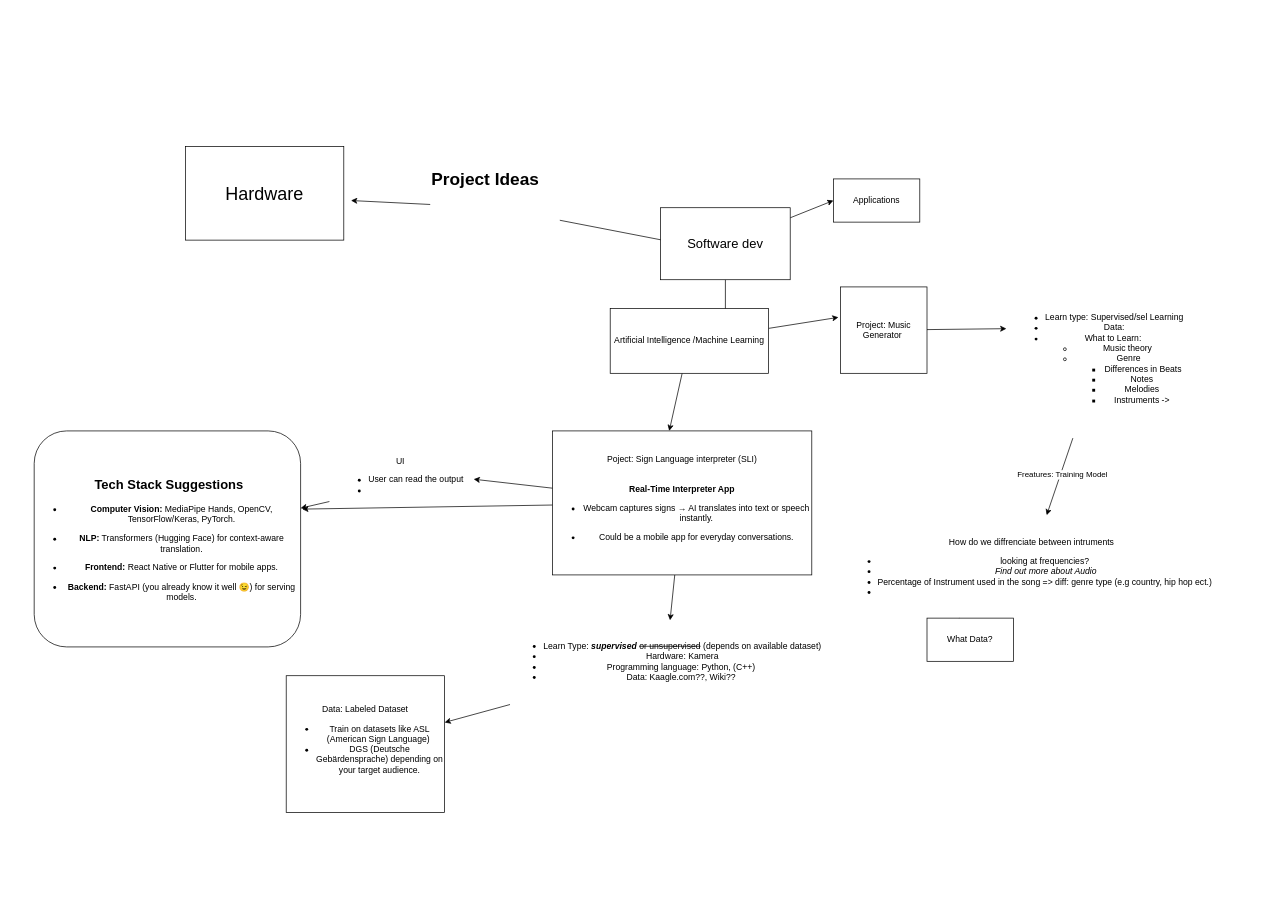
Above: documentation/mindmap.drawio in SandrAdora/SLI (draw.io), before the change. Source tidied: cells renumbered, new cells numbered last; positions are measured from the earlier drawing's top-left corner, leaving out a move shared by most shapes. Both pictures are drawn from the tidied source at 72%, with x=0, y=0 at pixel (34, 146).
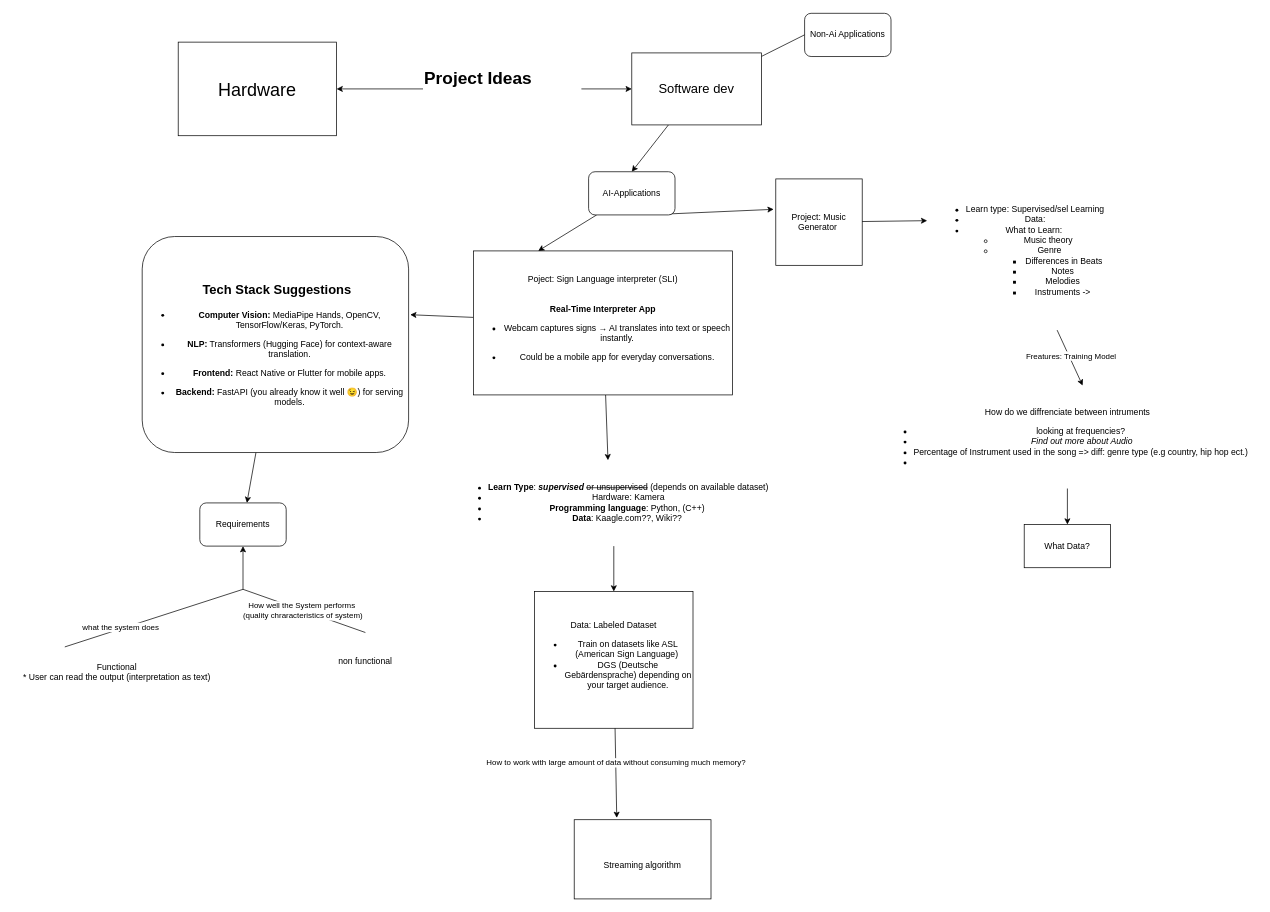
Above is the later version.

Commit message:
added requirement & how to deal with large datasets

The edit, as a diff of the source:
```diff
@@
     <mxCell id="2" value="&lt;font style=&quot;font-size: 25px;&quot;&gt;Hardware&lt;/font&gt;" style="whiteSpace=wrap;html=1;" parent="1" vertex="1">
-      <mxGeometry x="210" width="220" height="130" as="geometry" />
+      <mxGeometry x="200" y="-145" width="220" height="130" as="geometry" />
     </mxCell>
-    <mxCell id="3" style="edgeStyle=none;html=1;" parent="1" edge="1" source="5">
-      <mxGeometry relative="1" as="geometry">
-        <mxPoint x="950" y="145" as="targetPoint" />
-      </mxGeometry>
+    <mxCell id="3" style="edgeStyle=none;html=1;entryX=0;entryY=0.5;entryDx=0;entryDy=0;" parent="1" edge="1" source="5" target="8">
+      <mxGeometry relative="1" as="geometry" />
     </mxCell>
-    <mxCell id="4" style="edgeStyle=none;html=1;entryX=1;entryY=0.5;entryDx=0;entryDy=0;" parent="1" edge="1" source="5">
-      <mxGeometry relative="1" as="geometry">
-        <mxPoint x="440" y="75" as="targetPoint" />
-      </mxGeometry>
+    <mxCell id="4" style="edgeStyle=none;html=1;entryX=1;entryY=0.5;entryDx=0;entryDy=0;" parent="1" edge="1" source="5" target="2">
+      <mxGeometry relative="1" as="geometry" />
     </mxCell>
     <mxCell id="5" value="&lt;h1 style=&quot;margin-top: 0px;&quot;&gt;Project Ideas&lt;/h1&gt;" style="text;html=1;whiteSpace=wrap;overflow=hidden;rounded=0;" parent="1" vertex="1">
-      <mxGeometry x="550" y="25" width="180" height="120" as="geometry" />
+      <mxGeometry x="540" y="-115" width="220" height="70" as="geometry" />
     </mxCell>
-    <mxCell id="6" style="edgeStyle=none;html=1;" parent="1" edge="1" source="8">
-      <mxGeometry relative="1" as="geometry">
-        <mxPoint x="960" y="265" as="targetPoint" />
-      </mxGeometry>
-    </mxCell>
-    <mxCell id="7" style="edgeStyle=none;html=1;entryX=0;entryY=0.5;entryDx=0;entryDy=0;" parent="1" edge="1" source="8" target="12">
+    <mxCell id="7" style="edgeStyle=none;html=1;entryX=0.397;entryY=0.1;entryDx=0;entryDy=0;entryPerimeter=0;" parent="1" edge="1" source="8" target="38">
       <mxGeometry relative="1" as="geometry" />
     </mxCell>
+    <mxCell id="31" style="edgeStyle=none;html=1;entryX=0.5;entryY=0;entryDx=0;entryDy=0;" parent="1" edge="1" source="8" target="37">
+      <mxGeometry relative="1" as="geometry" />
+    </mxCell>
     <mxCell id="8" value="&lt;font style=&quot;font-size: 18px;&quot;&gt;Software dev&lt;/font&gt;" style="whiteSpace=wrap;html=1;" parent="1" vertex="1">
-      <mxGeometry x="870" y="85" width="180" height="100" as="geometry" />
+      <mxGeometry x="830" y="-130" width="180" height="100" as="geometry" />
     </mxCell>
-    <mxCell id="9" style="edgeStyle=none;html=1;entryX=0.45;entryY=0;entryDx=0;entryDy=0;entryPerimeter=0;" parent="1" edge="1" source="11" target="16">
-      <mxGeometry relative="1" as="geometry" />
-    </mxCell>
-    <mxCell id="10" style="edgeStyle=none;html=1;entryX=-0.025;entryY=0.352;entryDx=0;entryDy=0;entryPerimeter=0;" parent="1" edge="1" source="11" target="17">
+    <mxCell id="10" style="edgeStyle=none;html=1;entryX=-0.025;entryY=0.352;entryDx=0;entryDy=0;entryPerimeter=0;exitX=0.897;exitY=0.98;exitDx=0;exitDy=0;exitPerimeter=0;" parent="1" edge="1" source="37" target="17">
       <mxGeometry relative="1" as="geometry" />
     </mxCell>
-    <mxCell id="11" value="Artificial Intelligence /Machine Learning" style="whiteSpace=wrap;html=1;" parent="1" vertex="1">
-      <mxGeometry x="800" y="225" width="220" height="90" as="geometry" />
-    </mxCell>
-    <mxCell id="12" value="Applications" style="whiteSpace=wrap;html=1;" parent="1" vertex="1">
-      <mxGeometry x="1110" y="45" width="120" height="60" as="geometry" />
-    </mxCell>
-    <mxCell id="13" style="edgeStyle=none;html=1;entryX=0.507;entryY=0.025;entryDx=0;entryDy=0;entryPerimeter=0;" parent="1" edge="1" source="16" target="25">
+    <mxCell id="13" style="edgeStyle=none;html=1;entryX=0.482;entryY=0.006;entryDx=0;entryDy=0;entryPerimeter=0;" parent="1" edge="1" source="16" target="25">
       <mxGeometry relative="1" as="geometry" />
     </mxCell>
-    <mxCell id="14" style="edgeStyle=none;html=1;entryX=1.002;entryY=0.428;entryDx=0;entryDy=0;entryPerimeter=0;" parent="1" edge="1" source="16" target="27">
-      <mxGeometry relative="1" as="geometry" />
-    </mxCell>
@@
     <mxCell id="16" value="&lt;span style=&quot;background-color: light-dark(#ffffff, var(--ge-dark-color, #121212));&quot;&gt;Poject: Sign Language interpreter (SLI)&lt;/span&gt;&lt;div&gt;&lt;span style=&quot;background-color: light-dark(#ffffff, var(--ge-dark-color, #121212));&quot;&gt;&lt;br&gt;&lt;/span&gt;&lt;/div&gt;&lt;div&gt;&lt;p&gt;&lt;strong style=&quot;background-color: light-dark(#ffffff, var(--ge-dark-color, #121212));&quot;&gt;Real-Time Interpreter App&lt;/strong&gt;&lt;/p&gt;&lt;ul&gt;&lt;li&gt;&lt;p&gt;&lt;span style=&quot;background-color: light-dark(#ffffff, var(--ge-dark-color, #121212));&quot;&gt;Webcam captures signs → AI translates into text or speech instantly.&lt;/span&gt;&lt;/p&gt;&lt;/li&gt;&lt;li&gt;&lt;p&gt;&lt;span style=&quot;background-color: light-dark(#ffffff, var(--ge-dark-color, #121212));&quot;&gt;Could be a mobile app for everyday conversations.&lt;/span&gt;&lt;/p&gt;&lt;/li&gt;&lt;/ul&gt;&lt;/div&gt;" style="whiteSpace=wrap;html=1;" parent="1" vertex="1">
-      <mxGeometry x="720" y="395" width="360" height="200" as="geometry" />
+      <mxGeometry x="610" y="145" width="360" height="200" as="geometry" />
     </mxCell>
     <mxCell id="17" value="Project: Music Generator&amp;nbsp;" style="whiteSpace=wrap;html=1;" parent="1" vertex="1">
-      <mxGeometry x="1120" y="195" width="120" height="120" as="geometry" />
+      <mxGeometry x="1030" y="45" width="120" height="120" as="geometry" />
     </mxCell>
     <mxCell id="18" value="&lt;ul&gt;&lt;li&gt;Learn type: Supervised/sel Learning&lt;/li&gt;&lt;li&gt;&amp;nbsp;Data:&amp;nbsp;&lt;/li&gt;&lt;li&gt;What to Learn:&amp;nbsp;&lt;/li&gt;&lt;ul&gt;&lt;li&gt;Music theory&amp;nbsp;&lt;/li&gt;&lt;li&gt;Genre&lt;/li&gt;&lt;ul&gt;&lt;li&gt;Differences in Beats&lt;/li&gt;&lt;li&gt;Notes&amp;nbsp;&lt;/li&gt;&lt;li&gt;Melodies&amp;nbsp;&lt;/li&gt;&lt;li&gt;Instruments -&amp;gt;&amp;nbsp;&lt;/li&gt;&lt;/ul&gt;&lt;/ul&gt;&lt;/ul&gt;" style="text;html=1;align=center;verticalAlign=middle;points=[];strokeColor=none;fillColor=none;" parent="1" vertex="1">
-      <mxGeometry x="1350" y="185" width="260" height="220" as="geometry" />
+      <mxGeometry x="1240" y="35" width="260" height="220" as="geometry" />
     </mxCell>
-    <mxCell id="19" style="edgeStyle=none;html=1;entryX=0;entryY=0.5;entryDx=0;entryDy=0;" parent="1" edge="1" source="20" target="23">
+    <mxCell id="19" style="edgeStyle=none;html=1;entryX=0.5;entryY=0;entryDx=0;entryDy=0;" parent="1" edge="1" source="20" target="23">
       <mxGeometry relative="1" as="geometry" />
     </mxCell>
     <mxCell id="20" value="How do we diffrenciate between intruments&lt;div&gt;&lt;ul&gt;&lt;li&gt;looking at frequencies?&amp;nbsp;&lt;/li&gt;&lt;li&gt;&lt;i&gt;Find out more about Audio&lt;/i&gt;&lt;/li&gt;&lt;li style=&quot;text-align: left;&quot;&gt;Percentage of Instrument used in the song =&amp;gt; diff: genre type (e.g country, hip hop ect.)&amp;nbsp;&lt;/li&gt;&lt;li style=&quot;text-align: left;&quot;&gt;&lt;br&gt;&lt;/li&gt;&lt;/ul&gt;&lt;/div&gt;" style="text;html=1;align=center;verticalAlign=middle;points=[];strokeColor=none;fillColor=none;" parent="1" vertex="1">
-      <mxGeometry x="1120" y="525" width="530" height="130" as="geometry" />
+      <mxGeometry x="1170" y="345" width="530" height="130" as="geometry" />
     </mxCell>
@@
     <mxCell id="23" value="What Data?" style="whiteSpace=wrap;html=1;" parent="1" vertex="1">
-      <mxGeometry x="1240" y="655" width="120" height="60" as="geometry" />
+      <mxGeometry x="1375" y="525" width="120" height="60" as="geometry" />
     </mxCell>
-    <mxCell id="24" style="edgeStyle=none;html=1;" parent="1" edge="1" source="25" target="28">
+    <mxCell id="24" style="edgeStyle=none;html=1;entryX=0.5;entryY=0;entryDx=0;entryDy=0;" parent="1" edge="1" source="25" target="28">
       <mxGeometry relative="1" as="geometry" />
     </mxCell>
-    <mxCell id="25" value="&lt;ul&gt;&lt;li&gt;Learn Type: &lt;b&gt;&lt;i&gt;supervised &lt;/i&gt;&lt;/b&gt;&lt;strike&gt;or unsupervised&lt;/strike&gt; (depends on available dataset)&lt;/li&gt;&lt;li&gt;Hardware: Kamera&lt;/li&gt;&lt;li&gt;Programming language: Python, (C++)&amp;nbsp;&lt;/li&gt;&lt;li&gt;Data: Kaagle.com??, Wiki??&amp;nbsp;&lt;/li&gt;&lt;/ul&gt;" style="text;html=1;align=center;verticalAlign=middle;points=[];strokeColor=none;fillColor=none;" parent="1" vertex="1">
-      <mxGeometry x="655" y="655" width="450" height="120" as="geometry" />
+    <mxCell id="25" value="&lt;ul&gt;&lt;li&gt;&lt;b&gt;Learn Type&lt;/b&gt;: &lt;b&gt;&lt;i&gt;supervised &lt;/i&gt;&lt;/b&gt;&lt;strike&gt;or unsupervised&lt;/strike&gt; (depends on available dataset)&lt;/li&gt;&lt;li&gt;Hardware: Kamera&lt;/li&gt;&lt;li&gt;&lt;b&gt;Programming language&lt;/b&gt;: Python, (C++)&amp;nbsp;&lt;/li&gt;&lt;li&gt;&lt;b&gt;Data&lt;/b&gt;: Kaagle.com??, Wiki??&amp;nbsp;&lt;/li&gt;&lt;/ul&gt;" style="text;html=1;align=center;verticalAlign=middle;points=[];strokeColor=none;fillColor=none;" parent="1" vertex="1">
+      <mxGeometry x="580" y="435" width="450" height="120" as="geometry" />
     </mxCell>
-    <mxCell id="26" style="edgeStyle=none;html=1;" parent="1" edge="1" source="27" target="29">
-      <mxGeometry relative="1" as="geometry" />
-    </mxCell>
-    <mxCell id="27" value="UI&amp;nbsp;&lt;div&gt;&lt;ul&gt;&lt;li&gt;&lt;font color=&quot;#000000&quot;&gt;User can read the output&lt;/font&gt;&lt;/li&gt;&lt;li&gt;&lt;font color=&quot;#000000&quot;&gt;&lt;br&gt;&lt;/font&gt;&lt;/li&gt;&lt;/ul&gt;&lt;div&gt;&lt;br&gt;&lt;/div&gt;&lt;/div&gt;" style="text;html=1;align=center;verticalAlign=middle;points=[];strokeColor=none;fillColor=none;" parent="1" vertex="1">
-      <mxGeometry x="410" y="415" width="200" height="110" as="geometry" />
-    </mxCell>
     <mxCell id="28" value="Data: Labeled Dataset&lt;div&gt;&lt;ul&gt;&lt;li&gt;Train on datasets like ASL (American Sign Language)&amp;nbsp;&lt;/li&gt;&lt;li&gt;DGS (Deutsche Gebärdensprache) depending on your target audience.&lt;/li&gt;&lt;/ul&gt;&lt;/div&gt;" style="whiteSpace=wrap;html=1;" parent="1" vertex="1">
-      <mxGeometry x="350" y="735" width="220" height="190" as="geometry" />
+      <mxGeometry x="695" y="618" width="220" height="190" as="geometry" />
     </mxCell>
+    <mxCell id="32" style="edgeStyle=none;html=1;" parent="1" edge="1" source="29" target="39">
+      <mxGeometry relative="1" as="geometry" />
+    </mxCell>
     <mxCell id="29" value="&lt;h2&gt;&amp;nbsp;Tech Stack Suggestions&lt;/h2&gt;&lt;ul&gt;&lt;li&gt;&lt;p&gt;&lt;strong&gt;Computer Vision:&lt;/strong&gt; MediaPipe Hands, OpenCV, TensorFlow/Keras, PyTorch.&lt;/p&gt;&lt;/li&gt;&lt;li&gt;&lt;p&gt;&lt;strong&gt;NLP:&lt;/strong&gt; Transformers (Hugging Face) for context-aware translation.&lt;/p&gt;&lt;/li&gt;&lt;li&gt;&lt;p&gt;&lt;strong&gt;Frontend:&lt;/strong&gt; React Native or Flutter for mobile apps.&lt;/p&gt;&lt;/li&gt;&lt;li&gt;&lt;p&gt;&lt;strong&gt;Backend:&lt;/strong&gt; FastAPI (you already know it well 😉) for serving models.&lt;/p&gt;&lt;/li&gt;&lt;/ul&gt;" style="rounded=1;whiteSpace=wrap;html=1;" parent="1" vertex="1">
-      <mxGeometry y="395" width="370" height="300" as="geometry" />
+      <mxGeometry x="150" y="125" width="370" height="300" as="geometry" />
     </mxCell>
@@
+    <mxCell id="33" value="&lt;br&gt;&lt;div&gt;Streaming algorithm&lt;/div&gt;" style="whiteSpace=wrap;html=1;" parent="1" vertex="1">
+      <mxGeometry x="750" y="935" width="190" height="110" as="geometry" />
+    </mxCell>
+    <mxCell id="34" style="edgeStyle=none;html=1;entryX=0.311;entryY=-0.023;entryDx=0;entryDy=0;entryPerimeter=0;" parent="1" edge="1" source="28" target="33">
+      <mxGeometry relative="1" as="geometry" />
+    </mxCell>
+    <mxCell id="35" value="How to work with large amount of data without consuming much memory?" style="edgeLabel;html=1;align=center;verticalAlign=middle;" parent="34" vertex="1">
+      <mxGeometry x="-0.23" relative="1" as="geometry" />
+    </mxCell>
+    <mxCell id="36" style="edgeStyle=none;html=1;entryX=0.25;entryY=0;entryDx=0;entryDy=0;" parent="1" edge="1" source="37" target="16">
+      <mxGeometry relative="1" as="geometry" />
+    </mxCell>
+    <mxCell id="37" value="AI-Applications" style="rounded=1;whiteSpace=wrap;html=1;" parent="1" vertex="1">
+      <mxGeometry x="770" y="35" width="120" height="60" as="geometry" />
+    </mxCell>
+    <mxCell id="38" value="Non-Ai Applications" style="rounded=1;whiteSpace=wrap;html=1;" parent="1" vertex="1">
+      <mxGeometry x="1070" y="-185" width="120" height="60" as="geometry" />
+    </mxCell>
+    <mxCell id="39" value="Requirements" style="rounded=1;whiteSpace=wrap;html=1;" parent="1" vertex="1">
+      <mxGeometry x="230" y="495" width="120" height="60" as="geometry" />
+    </mxCell>
+    <mxCell id="40" value="Functional&lt;div&gt;*&amp;nbsp;User can read the output (interpretation as text)&lt;/div&gt;" style="text;html=1;align=center;verticalAlign=middle;whiteSpace=wrap;rounded=0;" parent="1" vertex="1">
+      <mxGeometry x="-30" y="695" width="290" height="70" as="geometry" />
+    </mxCell>
+    <mxCell id="41" value="non functional" style="text;html=1;align=center;verticalAlign=middle;whiteSpace=wrap;rounded=0;" parent="1" vertex="1">
+      <mxGeometry x="390" y="675" width="140" height="80" as="geometry" />
+    </mxCell>
+    <mxCell id="42" style="endArrow=classic;html=1;entryX=0.5;entryY=1;entryDx=0;entryDy=0;" parent="1" edge="1" target="39">
+      <mxGeometry relative="1" as="geometry">
+        <mxPoint x="290" y="615" as="sourcePoint" />
+      </mxGeometry>
+    </mxCell>
+    <mxCell id="43" style="endArrow=none;html=1;exitX=0.25;exitY=0;exitDx=0;exitDy=0;" parent="1" edge="1" source="40">
+      <mxGeometry relative="1" as="geometry">
+        <mxPoint x="290" y="615" as="targetPoint" />
+      </mxGeometry>
+    </mxCell>
+    <mxCell id="44" value="what the system does" style="edgeLabel;html=1;align=center;verticalAlign=middle;" parent="43" vertex="1">
+      <mxGeometry x="-0.37" y="2" relative="1" as="geometry" />
+    </mxCell>
+    <mxCell id="45" style="endArrow=none;html=1;exitX=0.5;exitY=0;exitDx=0;exitDy=0;" parent="1" edge="1" source="41">
+      <mxGeometry relative="1" as="geometry">
+        <mxPoint x="290" y="615" as="targetPoint" />
+      </mxGeometry>
+    </mxCell>
+    <mxCell id="46" value="How well the System performs&amp;nbsp;&lt;div&gt;(quality chraracteristics of system)&lt;/div&gt;" style="edgeLabel;html=1;align=center;verticalAlign=middle;" parent="45" vertex="1">
+      <mxGeometry x="0.03" relative="1" as="geometry" />
+    </mxCell>
```
